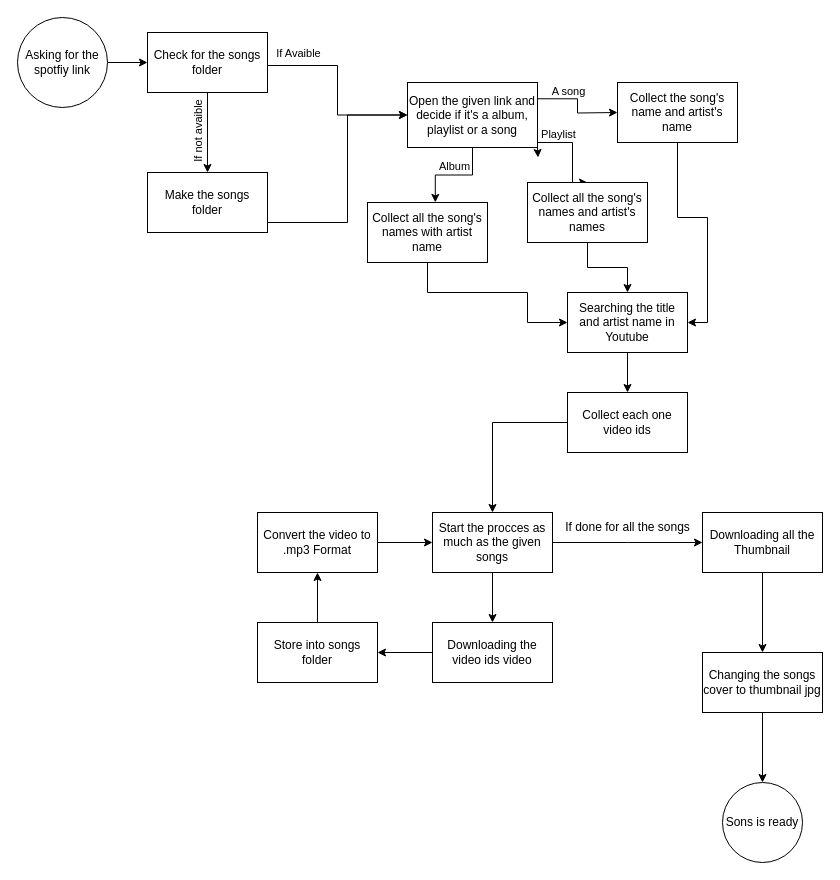
Before: attachment/Spotify_saver.drawio in YandLim/SpotLoader, a draw.io diagram. Source tidied: cells renumbered, new cells numbered last; positions are measured from the earlier drawing's top-left corner, leaving out a move shared by most shapes. Both pictures are drawn from the tidied source at 100%, with x=0, y=0 at pixel (17, 17).
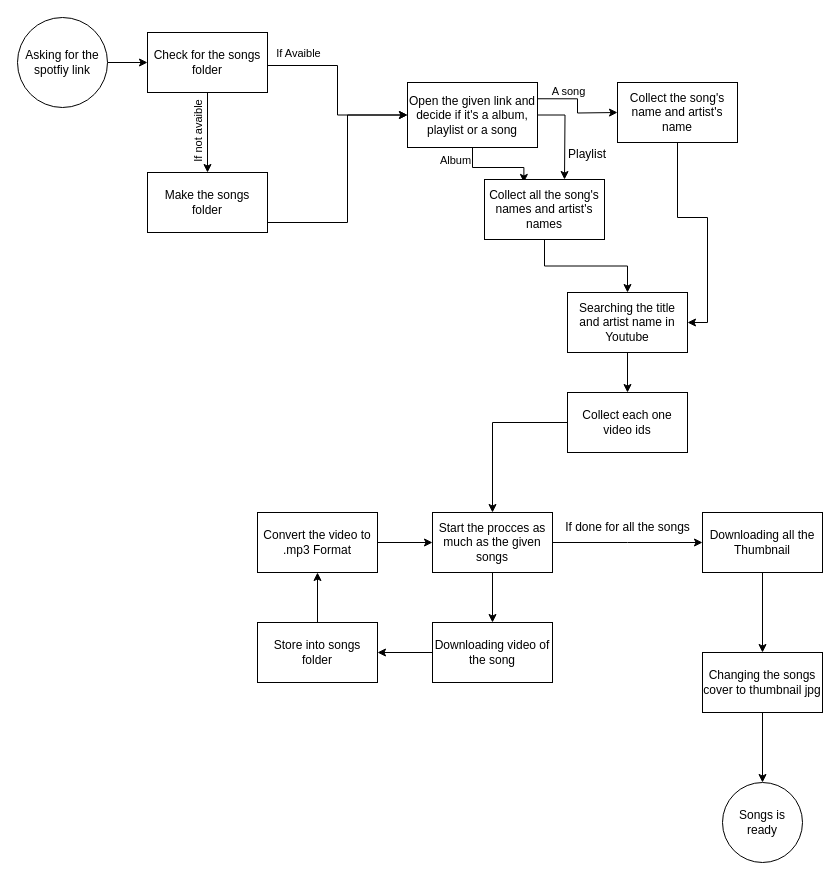
The same diagram, later.

Commit message (it also covers changes not shown here):
Tidying the flowchart

Unchanged cells that the change refers to:
```xml
<mxCell id="13" value="Open the given link and decide if it's a album, playlist or a song" style="whiteSpace=wrap;html=1;" parent="1" vertex="1">
  <mxGeometry x="390" y="65" width="130" height="65" as="geometry" />
</mxCell>
<mxCell id="21" value="Searching the title and artist name in Youtube" style="whiteSpace=wrap;html=1;" parent="1" vertex="1">
  <mxGeometry x="550" y="275" width="120" height="60" as="geometry" />
</mxCell>
```

Change to the diagram source:
```diff
@@
-    <mxCell id="8" style="edgeStyle=orthogonalEdgeStyle;rounded=0;jettySize=auto;html=1;entryX=0.5;entryY=0;entryDx=0;entryDy=0;" parent="1" edge="1" source="13" target="17">
-      <mxGeometry relative="1" as="geometry">
-        <Array as="points">
-          <mxPoint x="555" y="125" />
-        </Array>
-      </mxGeometry>
-    </mxCell>
-    <mxCell id="9" value="Playlist" style="edgeLabel;html=1;align=center;verticalAlign=middle;" parent="8" vertex="1">
-      <mxGeometry x="0.28" y="-3" relative="1" as="geometry">
-        <mxPoint x="-12" y="-32" as="offset" />
-      </mxGeometry>
-    </mxCell>
-    <mxCell id="10" style="edgeStyle=orthogonalEdgeStyle;rounded=0;jettySize=auto;html=1;entryX=0.565;entryY=-0.002;entryDx=0;entryDy=0;entryPerimeter=0;" parent="1" edge="1" source="13" target="19">
+    <mxCell id="10" style="edgeStyle=orthogonalEdgeStyle;rounded=0;jettySize=auto;html=1;entryX=0.328;entryY=0.049;entryDx=0;entryDy=0;entryPerimeter=0;" parent="1" edge="1" source="13" target="17">
       <mxGeometry relative="1" as="geometry" />
     </mxCell>
     <mxCell id="11" value="Album" style="edgeLabel;html=1;align=center;verticalAlign=middle;" parent="10" vertex="1">
       <mxGeometry x="-0.08" y="-4" relative="1" as="geometry">
-        <mxPoint x="-4" y="-5" as="offset" />
+        <mxPoint x="-38" y="-12" as="offset" />
       </mxGeometry>
     </mxCell>
-    <mxCell id="12" style="edgeStyle=orthogonalEdgeStyle;rounded=0;jettySize=auto;html=1;exitX=1;exitY=1;exitDx=0;exitDy=0;" parent="1" edge="1" source="13">
-      <mxGeometry relative="1" as="geometry">
-        <mxPoint x="520.5" y="140" as="targetPoint" />
-      </mxGeometry>
-    </mxCell>
+    <mxCell id="44" style="edgeStyle=orthogonalEdgeStyle;rounded=0;jettySize=auto;html=1;" parent="1" edge="1" source="13">
+      <mxGeometry relative="1" as="geometry">
+        <mxPoint x="547" y="162" as="targetPoint" />
+      </mxGeometry>
+    </mxCell>
@@
     <mxCell id="17" value="Collect all the song's names and artist's names" style="whiteSpace=wrap;html=1;" parent="1" vertex="1">
-      <mxGeometry x="510" y="165" width="120" height="60" as="geometry" />
+      <mxGeometry x="467" y="162" width="120" height="60" as="geometry" />
     </mxCell>
-    <mxCell id="18" style="edgeStyle=orthogonalEdgeStyle;rounded=0;jettySize=auto;html=1;entryX=0;entryY=0.5;entryDx=0;entryDy=0;" parent="1" edge="1" source="19" target="21">
-      <mxGeometry relative="1" as="geometry">
-        <Array as="points">
-          <mxPoint x="410" y="275" />
-          <mxPoint x="510" y="275" />
-          <mxPoint x="510" y="305" />
-        </Array>
-      </mxGeometry>
-    </mxCell>
-    <mxCell id="19" value="Collect all the song's names with artist name" style="whiteSpace=wrap;html=1;" parent="1" vertex="1">
-      <mxGeometry x="350" y="185" width="120" height="60" as="geometry" />
-    </mxCell>
@@
-    <mxCell id="33" value="Downloading the video ids video" style="whiteSpace=wrap;html=1;" parent="1" vertex="1">
+    <mxCell id="33" value="Downloading video of the song" style="whiteSpace=wrap;html=1;" parent="1" vertex="1">
       <mxGeometry x="415" y="605" width="120" height="60" as="geometry" />
     </mxCell>
@@
-    <mxCell id="43" value="Sons is ready" style="ellipse;whiteSpace=wrap;html=1;" parent="1" vertex="1">
+    <mxCell id="43" value="Songs is ready" style="ellipse;whiteSpace=wrap;html=1;" parent="1" vertex="1">
       <mxGeometry x="705" y="765" width="80" height="80" as="geometry" />
     </mxCell>
+    <mxCell id="9" value="Playlist" style="text;html=1;whiteSpace=wrap;strokeColor=none;fillColor=none;align=center;verticalAlign=middle;rounded=0;" parent="1" vertex="1">
+      <mxGeometry x="540" y="122" width="60" height="30" as="geometry" />
+    </mxCell>
```
